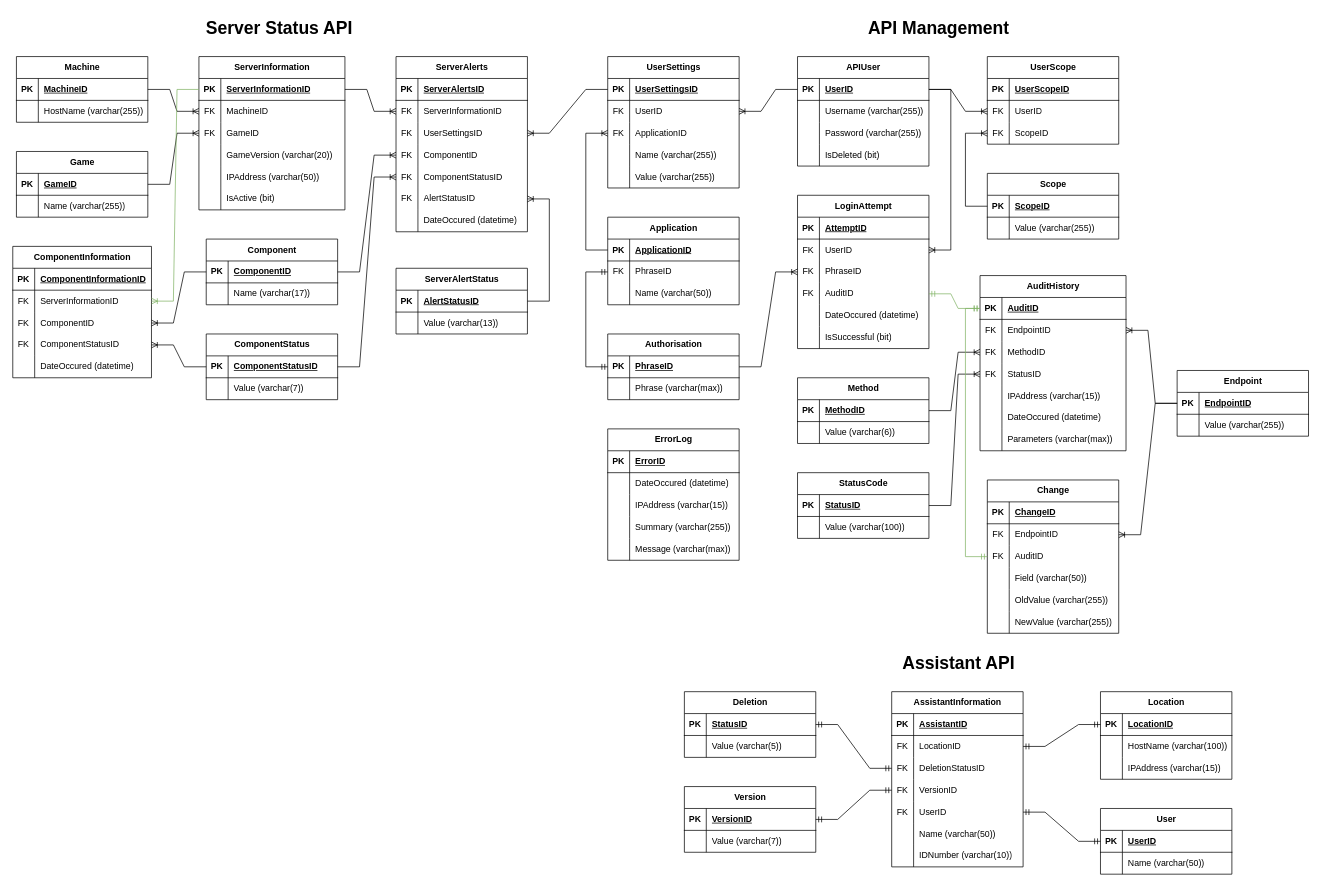
Before: Database ERD.drawio in LegendarySpork9/Hunter-Industries-API, a draw.io diagram. Source tidied: cells renumbered, new cells numbered last; positions are measured from the earlier drawing's top-left corner, leaving out a move shared by most shapes. Both pictures are drawn from the tidied source at 73%, with x=0, y=0 at pixel (12, 12).
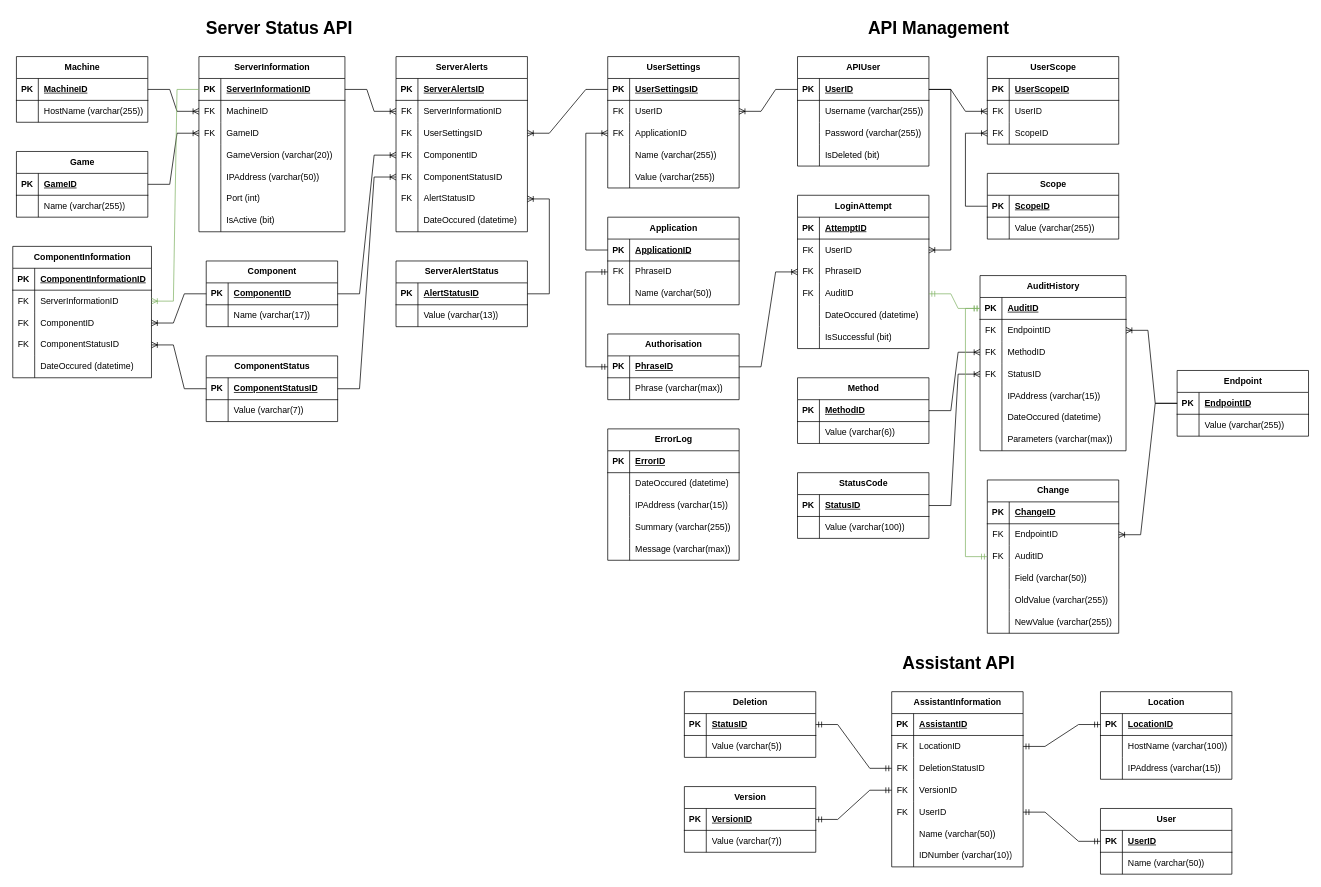
After the change.

Commit message (it also covers changes not shown here):
Connection Port

The edit, as a diff of the source:
```diff
@@
     <mxCell id="232" value="ServerInformation" style="shape=table;startSize=30;childLayout=tableLayout;rowLines=0;fontStyle=1;align=center;html=1;" parent="1" vertex="1">
-      <mxGeometry x="255" y="60" width="200" height="210" as="geometry" />
+      <mxGeometry x="255" y="60" width="200" height="240" as="geometry" />
     </mxCell>
@@
+    <mxCell id="337" style="shape=tableRow;horizontal=0;startSize=0;swimlaneHead=0;swimlaneBody=0;fillColor=none;top=0;left=0;right=0;bottom=0;" parent="232" vertex="1">
+      <mxGeometry y="180" width="200" height="30" as="geometry" />
+    </mxCell>
+    <mxCell id="338" style="shape=partialRectangle;fillColor=none;top=0;left=0;bottom=0;right=0;overflow=hidden;whiteSpace=wrap;html=1;" parent="337" vertex="1">
+      <mxGeometry width="30" height="30" as="geometry" />
+    </mxCell>
+    <mxCell id="339" value="Port (int)" style="shape=partialRectangle;fillColor=none;top=0;left=0;bottom=0;right=0;align=left;spacingLeft=6;overflow=hidden;whiteSpace=wrap;html=1;" parent="337" vertex="1">
+      <mxGeometry x="30" width="170" height="30" as="geometry" />
+    </mxCell>
     <mxCell id="248" style="shape=tableRow;horizontal=0;startSize=0;swimlaneHead=0;swimlaneBody=0;fillColor=none;top=0;left=0;right=0;bottom=0;" parent="232" vertex="1">
-      <mxGeometry y="180" width="200" height="30" as="geometry" />
+      <mxGeometry y="210" width="200" height="30" as="geometry" />
     </mxCell>
@@
     <mxCell id="281" value="Component" style="shape=table;startSize=30;childLayout=tableLayout;rowLines=0;fontStyle=1;align=center;html=1;" parent="1" vertex="1">
-      <mxGeometry x="265" y="310" width="180" height="90" as="geometry" />
+      <mxGeometry x="265" y="340" width="180" height="90" as="geometry" />
     </mxCell>
@@
     <mxCell id="288" value="ComponentStatus" style="shape=table;startSize=30;childLayout=tableLayout;rowLines=0;fontStyle=1;align=center;html=1;" parent="1" vertex="1">
-      <mxGeometry x="265" y="440" width="180" height="90" as="geometry" />
+      <mxGeometry x="265" y="470" width="180" height="90" as="geometry" />
     </mxCell>
@@
     <mxCell id="319" value="ServerAlertStatus" style="shape=table;startSize=30;childLayout=tableLayout;rowLines=0;fontStyle=1;align=center;html=1;" parent="1" vertex="1">
-      <mxGeometry x="525" y="350" width="180" height="90" as="geometry" />
+      <mxGeometry x="525" y="340" width="180" height="90" as="geometry" />
     </mxCell>
```
